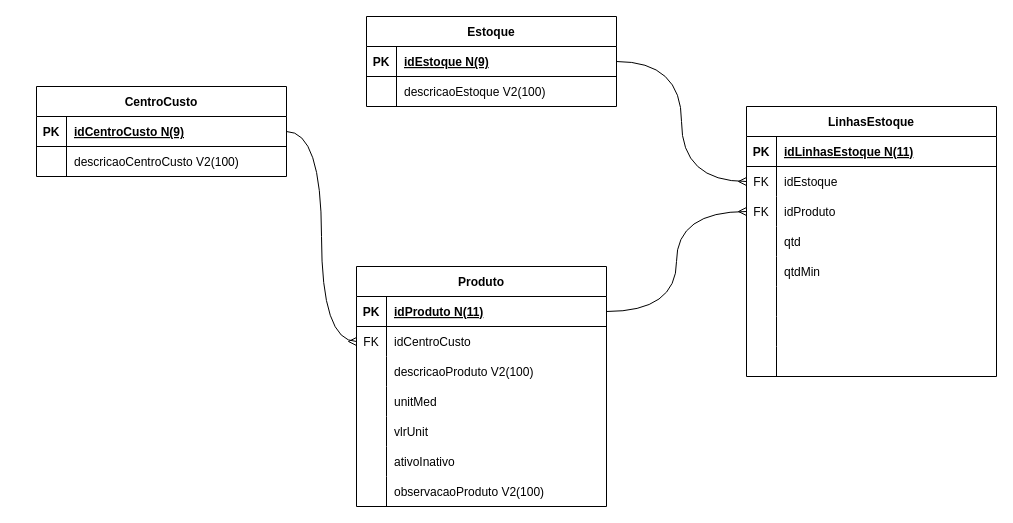
Earlier version of the draw.io diagram Exercicio01.drawio (JonazOliveira/SQL-DIAGRAMS-ER). Source tidied: cells renumbered, new cells numbered last; positions are measured from the earlier drawing's top-left corner, leaving out a move shared by most shapes. Both pictures are drawn from the tidied source at 100%, with x=0, y=0 at pixel (36, 16).
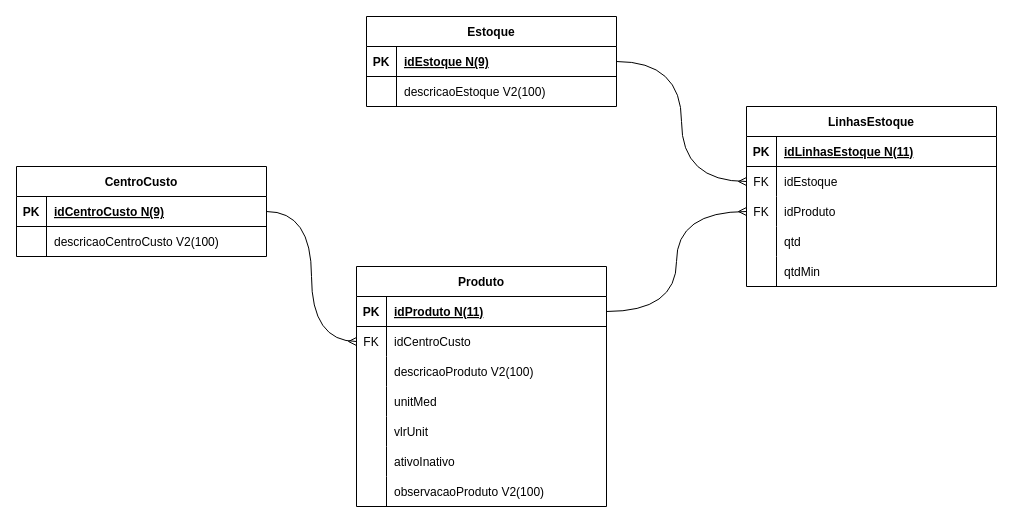
The same page after the edit.

Change to the diagram source:
```diff
@@
     <mxCell id="2" value="CentroCusto" style="shape=table;startSize=30;childLayout=tableLayout;rowLines=0;fontStyle=1;align=center;" parent="1" vertex="1">
-      <mxGeometry y="70" width="250" height="90" as="geometry" />
+      <mxGeometry x="-20" y="150" width="250" height="90" as="geometry" />
     </mxCell>
@@
     <mxCell id="38" value="LinhasEstoque" style="shape=table;startSize=30;childLayout=tableLayout;rowLines=0;fontStyle=1;align=center;" parent="1" vertex="1">
-      <mxGeometry x="710" y="90" width="250" height="270" as="geometry" />
+      <mxGeometry x="710" y="90" width="250" height="180" as="geometry" />
     </mxCell>
@@
-    <mxCell id="54" style="shape=partialRectangle;fillColor=none;top=0;left=0;right=0;bottom=0;" parent="38" vertex="1">
-      <mxGeometry y="180" width="250" height="30" as="geometry" />
-    </mxCell>
-    <mxCell id="55" style="shape=partialRectangle;overflow=hidden;fillColor=none;top=0;left=0;bottom=0;right=0;" parent="54" vertex="1">
-      <mxGeometry width="30" height="30" as="geometry" />
-    </mxCell>
-    <mxCell id="56" style="shape=partialRectangle;overflow=hidden;fillColor=none;top=0;left=0;bottom=0;right=0;align=left;spacingLeft=6;" parent="54" vertex="1">
-      <mxGeometry x="30" width="220" height="30" as="geometry" />
-    </mxCell>
-    <mxCell id="57" style="shape=partialRectangle;fillColor=none;top=0;left=0;right=0;bottom=0;" parent="38" vertex="1">
-      <mxGeometry y="210" width="250" height="30" as="geometry" />
-    </mxCell>
-    <mxCell id="58" style="shape=partialRectangle;overflow=hidden;fillColor=none;top=0;left=0;bottom=0;right=0;" parent="57" vertex="1">
-      <mxGeometry width="30" height="30" as="geometry" />
-    </mxCell>
-    <mxCell id="59" style="shape=partialRectangle;overflow=hidden;fillColor=none;top=0;left=0;bottom=0;right=0;align=left;spacingLeft=6;" parent="57" vertex="1">
-      <mxGeometry x="30" width="220" height="30" as="geometry" />
-    </mxCell>
-    <mxCell id="60" style="shape=partialRectangle;fillColor=none;top=0;left=0;right=0;bottom=0;" parent="38" vertex="1">
-      <mxGeometry y="240" width="250" height="30" as="geometry" />
-    </mxCell>
-    <mxCell id="61" style="shape=partialRectangle;overflow=hidden;fillColor=none;top=0;left=0;bottom=0;right=0;" parent="60" vertex="1">
-      <mxGeometry width="30" height="30" as="geometry" />
-    </mxCell>
-    <mxCell id="62" style="shape=partialRectangle;overflow=hidden;fillColor=none;top=0;left=0;bottom=0;right=0;align=left;spacingLeft=6;" parent="60" vertex="1">
-      <mxGeometry x="30" width="220" height="30" as="geometry" />
-    </mxCell>
```
